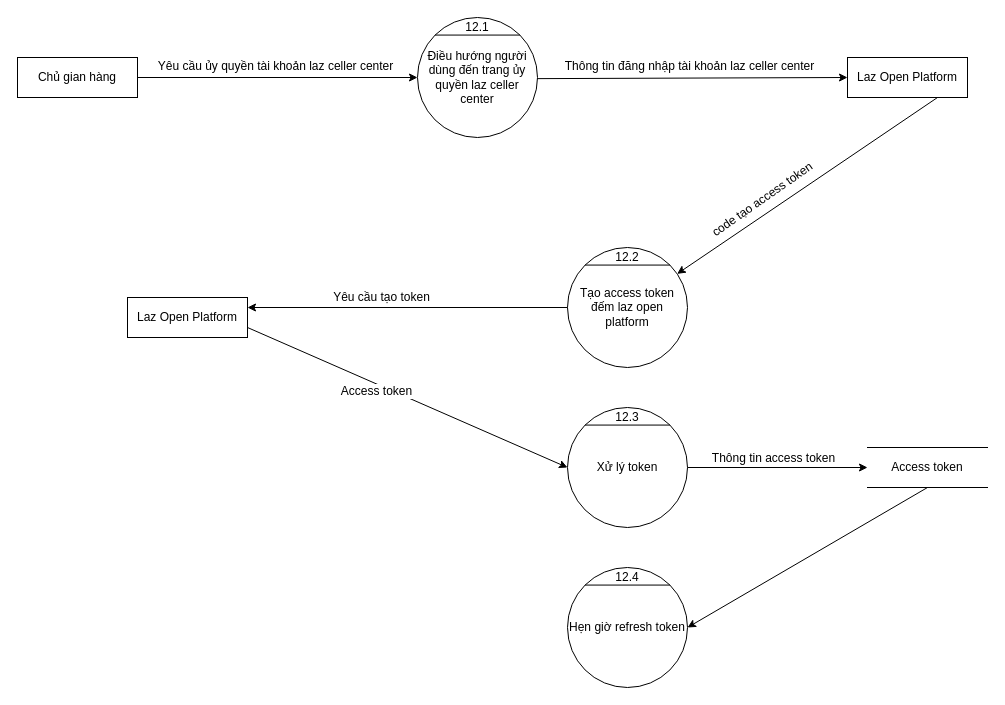
Above: long/DFD-Authorization.drawio in xxminhmie/override-project-document (draw.io), before the change. Source tidied: cells renumbered, new cells numbered last; positions are measured from the earlier drawing's top-left corner, leaving out a move shared by most shapes. Both pictures are drawn from the tidied source at 100%, with x=0, y=0 at pixel (17, 17).
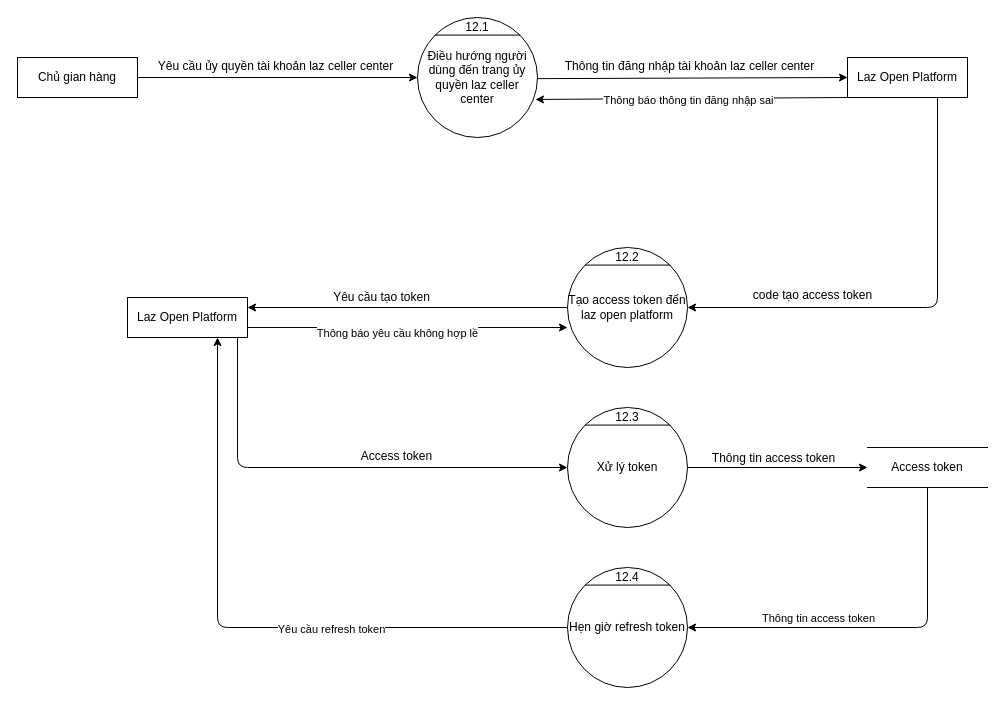
Above is the later version.

The change refers to these unchanged cells:
```xml
<mxCell id="4" value="Điều hướng người dùng đến trang ủy quyền laz celler center" style="ellipse;whiteSpace=wrap;html=1;" parent="3" vertex="1">
  <mxGeometry width="120" height="120" as="geometry" />
</mxCell>
<mxCell id="7" style="group;" parent="1" vertex="1">
  <mxGeometry x="550" y="230" width="120" height="120" as="geometry" />
</mxCell>
<mxCell id="12" value="Xử lý token" style="ellipse;whiteSpace=wrap;html=1;" parent="11" vertex="1">
  <mxGeometry width="120" height="120" as="geometry" />
</mxCell>
<mxCell id="15" value="Laz Open Platform" style="rounded=0;whiteSpace=wrap;html=1;" parent="1" vertex="1">
  <mxGeometry x="830" y="40" width="120" height="40" as="geometry" />
</mxCell>
<mxCell id="22" value="Laz Open Platform" style="rounded=0;whiteSpace=wrap;html=1;" parent="1" vertex="1">
  <mxGeometry x="110" y="280" width="120" height="40" as="geometry" />
</mxCell>
<mxCell id="27" value="Access token" style="shape=partialRectangle;whiteSpace=wrap;html=1;left=0;right=0;fillColor=none;fontSize=12;" parent="1" vertex="1">
  <mxGeometry x="850" y="430" width="120" height="40" as="geometry" />
</mxCell>
<mxCell id="31" value="Hẹn giờ refresh token" style="ellipse;whiteSpace=wrap;html=1;" parent="30" vertex="1">
  <mxGeometry width="120" height="120" as="geometry" />
</mxCell>
```

What changed in the source:
```diff
@@
-    <mxCell id="8" value="Tạo access token đếm laz open platform" style="ellipse;whiteSpace=wrap;html=1;" parent="7" vertex="1">
+    <mxCell id="8" value="Tạo access token đến laz open platform" style="ellipse;whiteSpace=wrap;html=1;" parent="7" vertex="1">
       <mxGeometry width="120" height="120" as="geometry" />
     </mxCell>
@@
     <mxCell id="20" style="endArrow=classic;html=1;fontSize=12;exitX=0.75;exitY=1;exitDx=0;exitDy=0;" parent="1" edge="1" source="15" target="8">
-      <mxGeometry relative="1" as="geometry" />
+      <mxGeometry relative="1" as="geometry">
+        <Array as="points">
+          <mxPoint x="920" y="290" />
+        </Array>
+      </mxGeometry>
     </mxCell>
-    <mxCell id="21" value="code tạo access token" style="edgeLabel;html=1;align=center;verticalAlign=middle;fontSize=12;rotation=-35;" parent="20" vertex="1">
+    <mxCell id="21" value="code tạo access token" style="edgeLabel;html=1;align=center;verticalAlign=middle;fontSize=12;rotation=0;" parent="20" vertex="1">
       <mxGeometry x="0.26" y="2" relative="1" as="geometry">
-        <mxPoint x="-12.4" y="-10.4" as="offset" />
+        <mxPoint x="-45.4" y="-14.4" as="offset" />
       </mxGeometry>
     </mxCell>
@@
-    <mxCell id="25" style="endArrow=classic;html=1;fontSize=12;exitX=1;exitY=0.75;exitDx=0;exitDy=0;entryX=0;entryY=0.5;entryDx=0;entryDy=0;" parent="1" edge="1" source="22" target="12">
-      <mxGeometry relative="1" as="geometry" />
+    <mxCell id="25" style="endArrow=classic;html=1;fontSize=12;entryX=0;entryY=0.5;entryDx=0;entryDy=0;" parent="1" edge="1" target="12">
+      <mxGeometry relative="1" as="geometry">
+        <mxPoint x="220" y="320" as="sourcePoint" />
+        <Array as="points">
+          <mxPoint x="220" y="450" />
+        </Array>
+      </mxGeometry>
     </mxCell>
-    <mxCell id="26" value="Access token" style="edgeLabel;html=1;align=center;verticalAlign=middle;fontSize=12;" parent="25" vertex="1">
+    <mxCell id="26" value="Access token" style="edgeLabel;html=1;align=center;verticalAlign=middle;fontSize=12;rotation=0;" parent="25" vertex="1">
       <mxGeometry x="-0.23" y="-2" relative="1" as="geometry">
-        <mxPoint x="7" y="8" as="offset" />
+        <mxPoint x="111.2" y="-13.6" as="offset" />
       </mxGeometry>
     </mxCell>
@@
     <mxCell id="34" style="endArrow=classic;html=1;fontSize=12;exitX=0.5;exitY=1;exitDx=0;exitDy=0;entryX=1;entryY=0.5;entryDx=0;entryDy=0;" parent="1" edge="1" source="27" target="31">
-      <mxGeometry relative="1" as="geometry" />
+      <mxGeometry relative="1" as="geometry">
+        <Array as="points">
+          <mxPoint x="910" y="610" />
+        </Array>
+      </mxGeometry>
     </mxCell>
+    <mxCell id="35" value="Thông tin access token" style="edgeLabel;html=1;align=center;verticalAlign=middle;" parent="34" vertex="1">
+      <mxGeometry x="0.14" y="2" relative="1" as="geometry">
+        <mxPoint x="-33" y="-12" as="offset" />
+      </mxGeometry>
+    </mxCell>
+    <mxCell id="36" style="endArrow=classic;html=1;exitX=0;exitY=1;exitDx=0;exitDy=0;entryX=0.983;entryY=0.683;entryDx=0;entryDy=0;entryPerimeter=0;" parent="1" edge="1" source="15" target="4">
+      <mxGeometry relative="1" as="geometry" />
+    </mxCell>
+    <mxCell id="37" value="Thông báo thông tin đăng nhập sai" style="edgeLabel;html=1;align=center;verticalAlign=middle;" parent="36" vertex="1">
+      <mxGeometry x="0.38" y="1" relative="1" as="geometry">
+        <mxPoint x="55" as="offset" />
+      </mxGeometry>
+    </mxCell>
+    <mxCell id="38" style="endArrow=classic;html=1;exitX=1;exitY=0.75;exitDx=0;exitDy=0;" parent="1" edge="1" source="22">
+      <mxGeometry relative="1" as="geometry">
+        <mxPoint x="550" y="310" as="targetPoint" />
+      </mxGeometry>
+    </mxCell>
+    <mxCell id="39" value="Thông báo yêu cầu không hợp lề" style="edgeLabel;html=1;align=center;verticalAlign=middle;" parent="38" vertex="1">
+      <mxGeometry x="-0.07" y="-5" relative="1" as="geometry" />
+    </mxCell>
+    <mxCell id="40" style="endArrow=classic;html=1;entryX=0.75;entryY=1;entryDx=0;entryDy=0;exitX=0;exitY=0.5;exitDx=0;exitDy=0;" parent="1" edge="1" source="31" target="22">
+      <mxGeometry relative="1" as="geometry">
+        <Array as="points">
+          <mxPoint x="200" y="610" />
+        </Array>
+      </mxGeometry>
+    </mxCell>
+    <mxCell id="41" value="Yêu cầu refresh token" style="edgeLabel;html=1;align=center;verticalAlign=middle;" parent="40" vertex="1">
+      <mxGeometry x="-0.26" y="1" relative="1" as="geometry" />
+    </mxCell>
```
